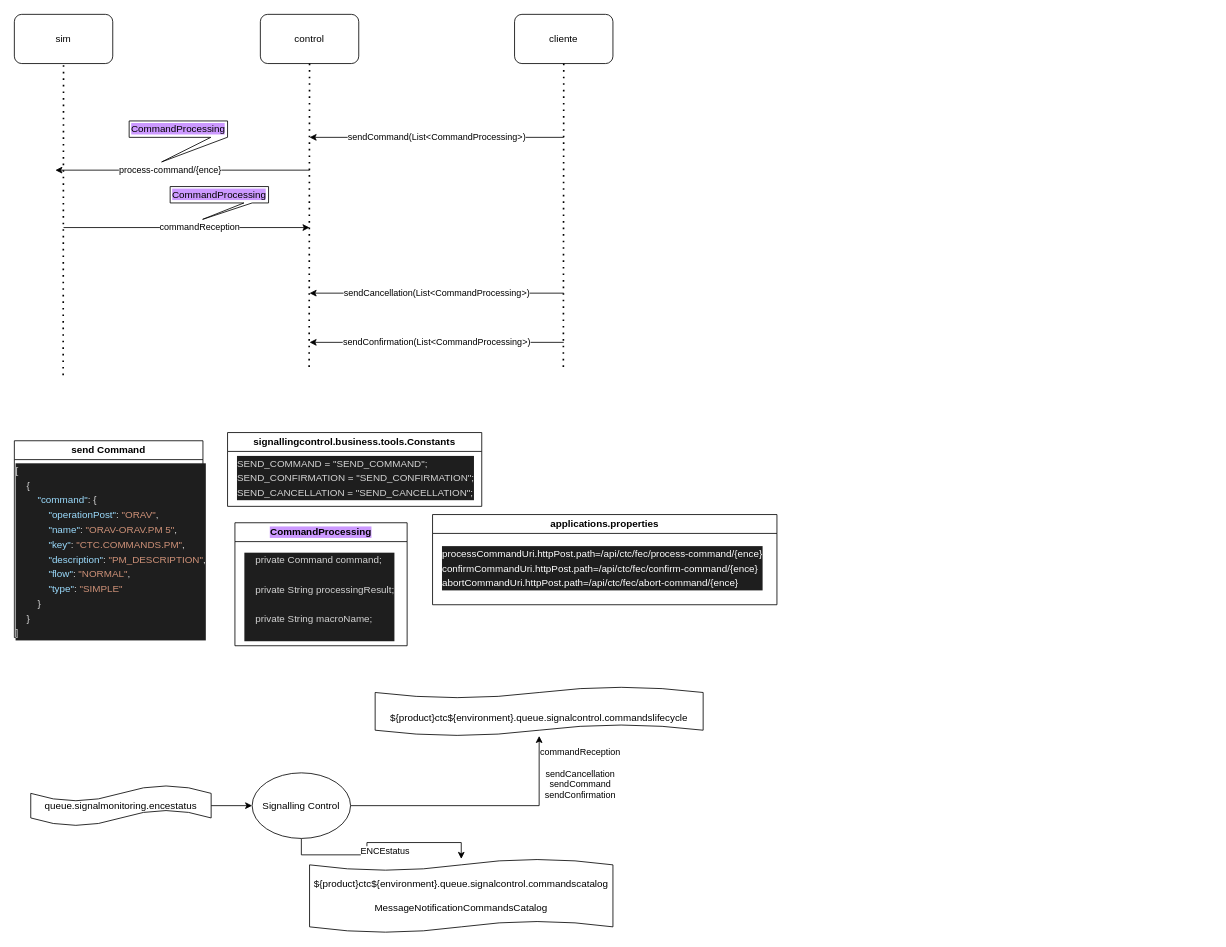
Earlier version of the draw.io diagram page "sig control" (20 of 20) of TMS_FEC_SIEMENS.drawio (jeongon/DIAGRAMAS_TMS). Source tidied: cells renumbered, new cells numbered last; positions are measured from the earlier drawing's top-left corner, leaving out a move shared by most shapes. Both pictures are drawn from the tidied source at 82%, with x=0, y=0 at pixel (14, 14).
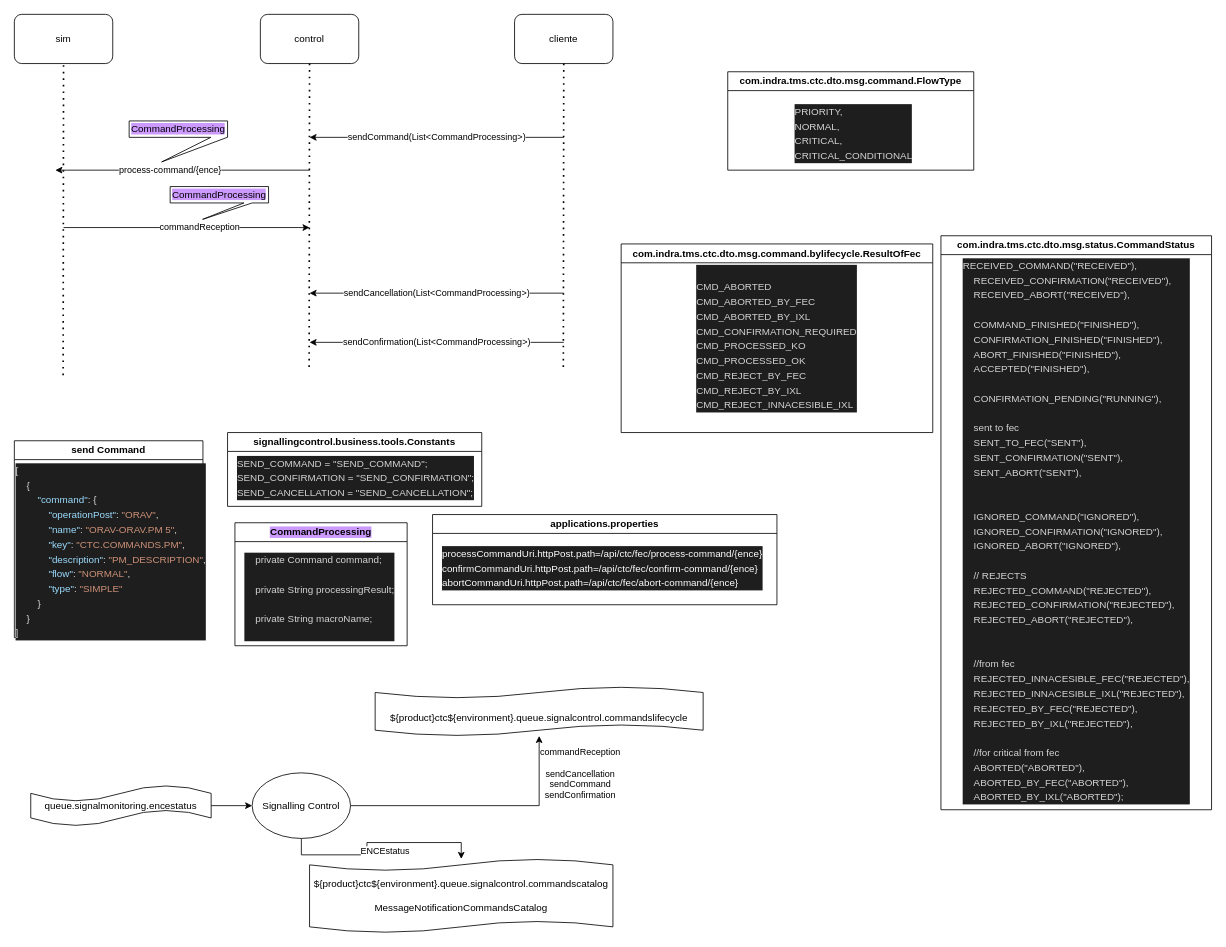
The same diagram, later.

Diff of the diagram source:
```diff
@@
+    <mxCell id="34" value="com.indra.tms.ctc.dto.msg.command.bylifecycle.ResultOfFec" style="swimlane;whiteSpace=wrap;html=1;" parent="1" vertex="1">
+      <mxGeometry x="740" y="280" width="380" height="230" as="geometry" />
+    </mxCell>
+    <mxCell id="35" value="&lt;div style=&quot;background-color: rgb(30, 30, 30); line-height: 18px;&quot;&gt;&lt;div style=&quot;&quot;&gt;&lt;div style=&quot;&quot;&gt;&lt;div&gt;&lt;font color=&quot;#d4d4d4&quot;&gt;&lt;br&gt;CMD_ABORTED&lt;br&gt;CMD_ABORTED_BY_FEC&lt;br&gt;CMD_ABORTED_BY_IXL&lt;br&gt;CMD_CONFIRMATION_REQUIRED&lt;br&gt;CMD_PROCESSED_KO&lt;br&gt;CMD_PROCESSED_OK&lt;br&gt;CMD_REJECT_BY_FEC&lt;br&gt;CMD_REJECT_BY_IXL&lt;br&gt;CMD_REJECT_INNACESIBLE_IXL&lt;/font&gt;&lt;br&gt;&lt;/div&gt;&lt;/div&gt;&lt;/div&gt;&lt;/div&gt;" style="text;html=1;align=left;verticalAlign=middle;strokeColor=none;fillColor=none;" parent="34" vertex="1">
+      <mxGeometry x="90" y="20" width="220" height="190" as="geometry" />
+    </mxCell>
+    <mxCell id="36" value="com.indra.tms.ctc.dto.msg.status.CommandStatus" style="swimlane;whiteSpace=wrap;html=1;" parent="1" vertex="1">
+      <mxGeometry x="1130" y="270" width="330" height="700" as="geometry" />
+    </mxCell>
+    <mxCell id="37" value="&lt;div style=&quot;background-color: rgb(30, 30, 30); line-height: 18px;&quot;&gt;&lt;div style=&quot;&quot;&gt;&lt;div style=&quot;&quot;&gt;&lt;div&gt;&lt;div&gt;&lt;font color=&quot;#d4d4d4&quot;&gt;RECEIVED_COMMAND(&quot;RECEIVED&quot;),&lt;span style=&quot;&quot;&gt;&lt;/span&gt;&lt;/font&gt;&lt;/div&gt;&lt;div&gt;&lt;font color=&quot;#d4d4d4&quot;&gt;&lt;span style=&quot;&quot;&gt;&lt;span style=&quot;&quot;&gt;&lt;span style=&quot;white-space: pre;&quot;&gt;&amp;nbsp;&amp;nbsp;&amp;nbsp;&amp;nbsp;&lt;/span&gt;&lt;/span&gt;RECEIVED_CONFIRMATION(&quot;RECEIVED&quot;),&lt;/span&gt;&lt;/font&gt;&lt;/div&gt;&lt;div&gt;&lt;font color=&quot;#d4d4d4&quot;&gt;&lt;span style=&quot;&quot;&gt;&lt;span style=&quot;&quot;&gt;&lt;span style=&quot;white-space: pre;&quot;&gt;&amp;nbsp;&amp;nbsp;&amp;nbsp;&amp;nbsp;&lt;/span&gt;&lt;/span&gt;RECEIVED_ABORT(&quot;RECEIVED&quot;),&lt;/span&gt;&lt;/font&gt;&lt;/div&gt;&lt;div&gt;&lt;font color=&quot;#d4d4d4&quot;&gt;&lt;br&gt;&lt;/font&gt;&lt;/div&gt;&lt;div&gt;&lt;font color=&quot;#d4d4d4&quot;&gt;&lt;span style=&quot;&quot;&gt;&lt;span style=&quot;&quot;&gt;&lt;span style=&quot;white-space: pre;&quot;&gt;&amp;nbsp;&amp;nbsp;&amp;nbsp;&amp;nbsp;&lt;/span&gt;&lt;/span&gt;COMMAND_FINISHED(&quot;FINISHED&quot;),&lt;/span&gt;&lt;/font&gt;&lt;/div&gt;&lt;div&gt;&lt;font color=&quot;#d4d4d4&quot;&gt;&lt;span style=&quot;&quot;&gt;&lt;span style=&quot;&quot;&gt;&lt;span style=&quot;white-space: pre;&quot;&gt;&amp;nbsp;&amp;nbsp;&amp;nbsp;&amp;nbsp;&lt;/span&gt;&lt;/span&gt;CONFIRMATION_FINISHED(&quot;FINISHED&quot;),&lt;/span&gt;&lt;/font&gt;&lt;/div&gt;&lt;div&gt;&lt;font color=&quot;#d4d4d4&quot;&gt;&lt;span style=&quot;&quot;&gt;&lt;span style=&quot;&quot;&gt;&lt;span style=&quot;white-space: pre;&quot;&gt;&amp;nbsp;&amp;nbsp;&amp;nbsp;&amp;nbsp;&lt;/span&gt;&lt;/span&gt;ABORT_FINISHED(&quot;FINISHED&quot;),&lt;/span&gt;&lt;/font&gt;&lt;/div&gt;&lt;div&gt;&lt;font color=&quot;#d4d4d4&quot;&gt;&lt;span style=&quot;&quot;&gt;&lt;span style=&quot;&quot;&gt;&lt;span style=&quot;white-space: pre;&quot;&gt;&amp;nbsp;&amp;nbsp;&amp;nbsp;&amp;nbsp;&lt;/span&gt;&lt;/span&gt;ACCEPTED(&quot;FINISHED&quot;),&lt;/span&gt;&lt;/font&gt;&lt;/div&gt;&lt;div&gt;&lt;font color=&quot;#d4d4d4&quot;&gt;&lt;br&gt;&lt;/font&gt;&lt;/div&gt;&lt;div&gt;&lt;font color=&quot;#d4d4d4&quot;&gt;&lt;span style=&quot;&quot;&gt;&lt;span style=&quot;&quot;&gt;&lt;span style=&quot;white-space: pre;&quot;&gt;&amp;nbsp;&amp;nbsp;&amp;nbsp;&amp;nbsp;&lt;/span&gt;&lt;/span&gt;CONFIRMATION_PENDING(&quot;RUNNING&quot;),&lt;/span&gt;&lt;/font&gt;&lt;/div&gt;&lt;div&gt;&lt;font color=&quot;#d4d4d4&quot;&gt;&lt;br&gt;&lt;/font&gt;&lt;/div&gt;&lt;div&gt;&lt;font color=&quot;#d4d4d4&quot;&gt;&lt;span style=&quot;&quot;&gt;&lt;span style=&quot;&quot;&gt;&lt;span style=&quot;white-space: pre;&quot;&gt;&amp;nbsp;&amp;nbsp;&amp;nbsp;&amp;nbsp;&lt;/span&gt;&lt;/span&gt;sent to fec&lt;/span&gt;&lt;/font&gt;&lt;/div&gt;&lt;div&gt;&lt;font color=&quot;#d4d4d4&quot;&gt;&lt;span style=&quot;&quot;&gt;&lt;span style=&quot;&quot;&gt;&lt;span style=&quot;white-space: pre;&quot;&gt;&amp;nbsp;&amp;nbsp;&amp;nbsp;&amp;nbsp;&lt;/span&gt;&lt;/span&gt;SENT_TO_FEC(&quot;SENT&quot;),&lt;/span&gt;&lt;/font&gt;&lt;/div&gt;&lt;div&gt;&lt;font color=&quot;#d4d4d4&quot;&gt;&lt;span style=&quot;&quot;&gt;&lt;span style=&quot;&quot;&gt;&lt;span style=&quot;white-space: pre;&quot;&gt;&amp;nbsp;&amp;nbsp;&amp;nbsp;&amp;nbsp;&lt;/span&gt;&lt;/span&gt;SENT_CONFIRMATION(&quot;SENT&quot;),&lt;/span&gt;&lt;/font&gt;&lt;/div&gt;&lt;div&gt;&lt;font color=&quot;#d4d4d4&quot;&gt;&lt;span style=&quot;&quot;&gt;&lt;span style=&quot;&quot;&gt;&lt;span style=&quot;white-space: pre;&quot;&gt;&amp;nbsp;&amp;nbsp;&amp;nbsp;&amp;nbsp;&lt;/span&gt;&lt;/span&gt;SENT_ABORT(&quot;SENT&quot;),&lt;/span&gt;&lt;/font&gt;&lt;/div&gt;&lt;div&gt;&lt;font color=&quot;#d4d4d4&quot;&gt;&lt;br&gt;&lt;/font&gt;&lt;/div&gt;&lt;div&gt;&lt;span style=&quot;&quot;&gt;&lt;font color=&quot;#d4d4d4&quot;&gt;&lt;span style=&quot;white-space: pre;&quot;&gt;&amp;nbsp;&amp;nbsp;&amp;nbsp;&amp;nbsp;&lt;/span&gt;&lt;/font&gt;&lt;/span&gt;&lt;/div&gt;&lt;div&gt;&lt;font color=&quot;#d4d4d4&quot;&gt;&lt;span style=&quot;&quot;&gt;&lt;span style=&quot;&quot;&gt;&lt;span style=&quot;white-space: pre;&quot;&gt;&amp;nbsp;&amp;nbsp;&amp;nbsp;&amp;nbsp;&lt;/span&gt;&lt;/span&gt;IGNORED_COMMAND(&quot;IGNORED&quot;),&lt;span style=&quot;&quot;&gt;&lt;span style=&quot;white-space: pre;&quot;&gt;&amp;nbsp;&amp;nbsp;&amp;nbsp;&amp;nbsp;&lt;/span&gt;&lt;/span&gt;&lt;/span&gt;&lt;/font&gt;&lt;/div&gt;&lt;div&gt;&lt;font color=&quot;#d4d4d4&quot;&gt;&lt;span style=&quot;&quot;&gt;&lt;span style=&quot;&quot;&gt;&lt;span style=&quot;white-space: pre;&quot;&gt;&amp;nbsp;&amp;nbsp;&amp;nbsp;&amp;nbsp;&lt;/span&gt;&lt;/span&gt;IGNORED_CONFIRMATION(&quot;IGNORED&quot;),&lt;/span&gt;&lt;/font&gt;&lt;/div&gt;&lt;div&gt;&lt;font color=&quot;#d4d4d4&quot;&gt;&lt;span style=&quot;&quot;&gt;&lt;span style=&quot;&quot;&gt;&lt;span style=&quot;white-space: pre;&quot;&gt;&amp;nbsp;&amp;nbsp;&amp;nbsp;&amp;nbsp;&lt;/span&gt;&lt;/span&gt;IGNORED_ABORT(&quot;IGNORED&quot;),&lt;/span&gt;&lt;/font&gt;&lt;/div&gt;&lt;div&gt;&lt;font color=&quot;#d4d4d4&quot;&gt;&lt;br&gt;&lt;/font&gt;&lt;/div&gt;&lt;div&gt;&lt;font color=&quot;#d4d4d4&quot;&gt;&lt;span style=&quot;&quot;&gt;&lt;span style=&quot;&quot;&gt;&lt;span style=&quot;white-space: pre;&quot;&gt;&amp;nbsp;&amp;nbsp;&amp;nbsp;&amp;nbsp;&lt;/span&gt;&lt;/span&gt;// REJECTS&lt;/span&gt;&lt;/font&gt;&lt;/div&gt;&lt;div&gt;&lt;font color=&quot;#d4d4d4&quot;&gt;&lt;span style=&quot;&quot;&gt;&lt;span style=&quot;&quot;&gt;&lt;span style=&quot;white-space: pre;&quot;&gt;&amp;nbsp;&amp;nbsp;&amp;nbsp;&amp;nbsp;&lt;/span&gt;&lt;/span&gt;REJECTED_COMMAND(&quot;REJECTED&quot;),&lt;/span&gt;&lt;/font&gt;&lt;/div&gt;&lt;div&gt;&lt;font color=&quot;#d4d4d4&quot;&gt;&lt;span style=&quot;&quot;&gt;&lt;span style=&quot;&quot;&gt;&lt;span style=&quot;white-space: pre;&quot;&gt;&amp;nbsp;&amp;nbsp;&amp;nbsp;&amp;nbsp;&lt;/span&gt;&lt;/span&gt;REJECTED_CONFIRMATION(&quot;REJECTED&quot;),&lt;/span&gt;&lt;/font&gt;&lt;/div&gt;&lt;div&gt;&lt;font color=&quot;#d4d4d4&quot;&gt;&lt;span style=&quot;&quot;&gt;&lt;span style=&quot;&quot;&gt;&lt;span style=&quot;white-space: pre;&quot;&gt;&amp;nbsp;&amp;nbsp;&amp;nbsp;&amp;nbsp;&lt;/span&gt;&lt;/span&gt;REJECTED_ABORT(&quot;REJECTED&quot;),&lt;/span&gt;&lt;/font&gt;&lt;/div&gt;&lt;div&gt;&lt;font color=&quot;#d4d4d4&quot;&gt;&lt;br&gt;&lt;/font&gt;&lt;/div&gt;&lt;div&gt;&lt;font color=&quot;#d4d4d4&quot;&gt;&lt;br&gt;&lt;/font&gt;&lt;/div&gt;&lt;div&gt;&lt;font color=&quot;#d4d4d4&quot;&gt;&lt;span style=&quot;&quot;&gt;&lt;span style=&quot;&quot;&gt;&lt;span style=&quot;white-space: pre;&quot;&gt;&amp;nbsp;&amp;nbsp;&amp;nbsp;&amp;nbsp;&lt;/span&gt;&lt;/span&gt;//from fec&lt;/span&gt;&lt;/font&gt;&lt;/div&gt;&lt;div&gt;&lt;font color=&quot;#d4d4d4&quot;&gt;&lt;span style=&quot;&quot;&gt;&lt;span style=&quot;&quot;&gt;&lt;span style=&quot;white-space: pre;&quot;&gt;&amp;nbsp;&amp;nbsp;&amp;nbsp;&amp;nbsp;&lt;/span&gt;&lt;/span&gt;REJECTED_INNACESIBLE_FEC(&quot;REJECTED&quot;),&lt;/span&gt;&lt;/font&gt;&lt;/div&gt;&lt;div&gt;&lt;font color=&quot;#d4d4d4&quot;&gt;&lt;span style=&quot;&quot;&gt;&lt;span style=&quot;&quot;&gt;&lt;span style=&quot;white-space: pre;&quot;&gt;&amp;nbsp;&amp;nbsp;&amp;nbsp;&amp;nbsp;&lt;/span&gt;&lt;/span&gt;REJECTED_INNACESIBLE_IXL(&quot;REJECTED&quot;),&lt;/span&gt;&lt;/font&gt;&lt;/div&gt;&lt;div&gt;&lt;font color=&quot;#d4d4d4&quot;&gt;&lt;span style=&quot;&quot;&gt;&lt;span style=&quot;&quot;&gt;&lt;span style=&quot;white-space: pre;&quot;&gt;&amp;nbsp;&amp;nbsp;&amp;nbsp;&amp;nbsp;&lt;/span&gt;&lt;/span&gt;REJECTED_BY_FEC(&quot;REJECTED&quot;),&lt;/span&gt;&lt;/font&gt;&lt;/div&gt;&lt;div&gt;&lt;font color=&quot;#d4d4d4&quot;&gt;&lt;span style=&quot;&quot;&gt;&lt;span style=&quot;&quot;&gt;&lt;span style=&quot;white-space: pre;&quot;&gt;&amp;nbsp;&amp;nbsp;&amp;nbsp;&amp;nbsp;&lt;/span&gt;&lt;/span&gt;REJECTED_BY_IXL(&quot;REJECTED&quot;),&lt;/span&gt;&lt;/font&gt;&lt;/div&gt;&lt;div&gt;&lt;font color=&quot;#d4d4d4&quot;&gt;&lt;br&gt;&lt;/font&gt;&lt;/div&gt;&lt;div&gt;&lt;font color=&quot;#d4d4d4&quot;&gt;&lt;span style=&quot;&quot;&gt;&lt;span style=&quot;&quot;&gt;&lt;span style=&quot;white-space: pre;&quot;&gt;&amp;nbsp;&amp;nbsp;&amp;nbsp;&amp;nbsp;&lt;/span&gt;&lt;/span&gt;//for critical from fec&lt;/span&gt;&lt;/font&gt;&lt;/div&gt;&lt;div&gt;&lt;font color=&quot;#d4d4d4&quot;&gt;&lt;span style=&quot;&quot;&gt;&lt;span style=&quot;&quot;&gt;&lt;span style=&quot;white-space: pre;&quot;&gt;&amp;nbsp;&amp;nbsp;&amp;nbsp;&amp;nbsp;&lt;/span&gt;&lt;/span&gt;ABORTED(&quot;ABORTED&quot;),&lt;/span&gt;&lt;/font&gt;&lt;/div&gt;&lt;div&gt;&lt;font color=&quot;#d4d4d4&quot;&gt;&lt;span style=&quot;&quot;&gt;&lt;span style=&quot;&quot;&gt;&lt;span style=&quot;white-space: pre;&quot;&gt;&amp;nbsp;&amp;nbsp;&amp;nbsp;&amp;nbsp;&lt;/span&gt;&lt;/span&gt;ABORTED_BY_FEC(&quot;ABORTED&quot;),&lt;/span&gt;&lt;/font&gt;&lt;/div&gt;&lt;div&gt;&lt;font color=&quot;#d4d4d4&quot;&gt;&lt;span style=&quot;&quot;&gt;&lt;span style=&quot;&quot;&gt;&lt;span style=&quot;white-space: pre;&quot;&gt;&amp;nbsp;&amp;nbsp;&amp;nbsp;&amp;nbsp;&lt;/span&gt;&lt;/span&gt;ABORTED_BY_IXL(&quot;ABORTED&quot;);&lt;/span&gt;&lt;/font&gt;&lt;/div&gt;&lt;/div&gt;&lt;/div&gt;&lt;/div&gt;&lt;/div&gt;" style="text;html=1;align=left;verticalAlign=middle;strokeColor=none;fillColor=none;" parent="36" vertex="1">
+      <mxGeometry x="25" y="20" width="300" height="680" as="geometry" />
+    </mxCell>
+    <mxCell id="38" value="com.indra.tms.ctc.dto.msg.command.FlowType" style="swimlane;whiteSpace=wrap;html=1;" parent="1" vertex="1">
+      <mxGeometry x="870" y="70" width="300" height="120" as="geometry" />
+    </mxCell>
+    <mxCell id="39" value="&lt;div style=&quot;background-color: rgb(30, 30, 30); line-height: 18px;&quot;&gt;&lt;div style=&quot;&quot;&gt;&lt;div style=&quot;&quot;&gt;&lt;div&gt;&lt;span style=&quot;color: rgb(212, 212, 212);&quot;&gt;PRIORITY,&lt;/span&gt;&lt;br&gt;&lt;/div&gt;&lt;div&gt;&lt;span style=&quot;color: rgb(212, 212, 212);&quot;&gt;NORMAL,&lt;/span&gt;&lt;/div&gt;&lt;div&gt;&lt;span style=&quot;color: rgb(212, 212, 212);&quot;&gt;CRITICAL,&lt;/span&gt;&lt;br&gt;&lt;/div&gt;&lt;div&gt;&lt;span style=&quot;color: rgb(212, 212, 212);&quot;&gt;CRITICAL_CONDITIONAL&lt;/span&gt;&lt;/div&gt;&lt;/div&gt;&lt;/div&gt;&lt;/div&gt;" style="text;html=1;align=left;verticalAlign=middle;strokeColor=none;fillColor=none;" parent="38" vertex="1">
+      <mxGeometry x="80" y="30" width="170" height="90" as="geometry" />
+    </mxCell>
```
